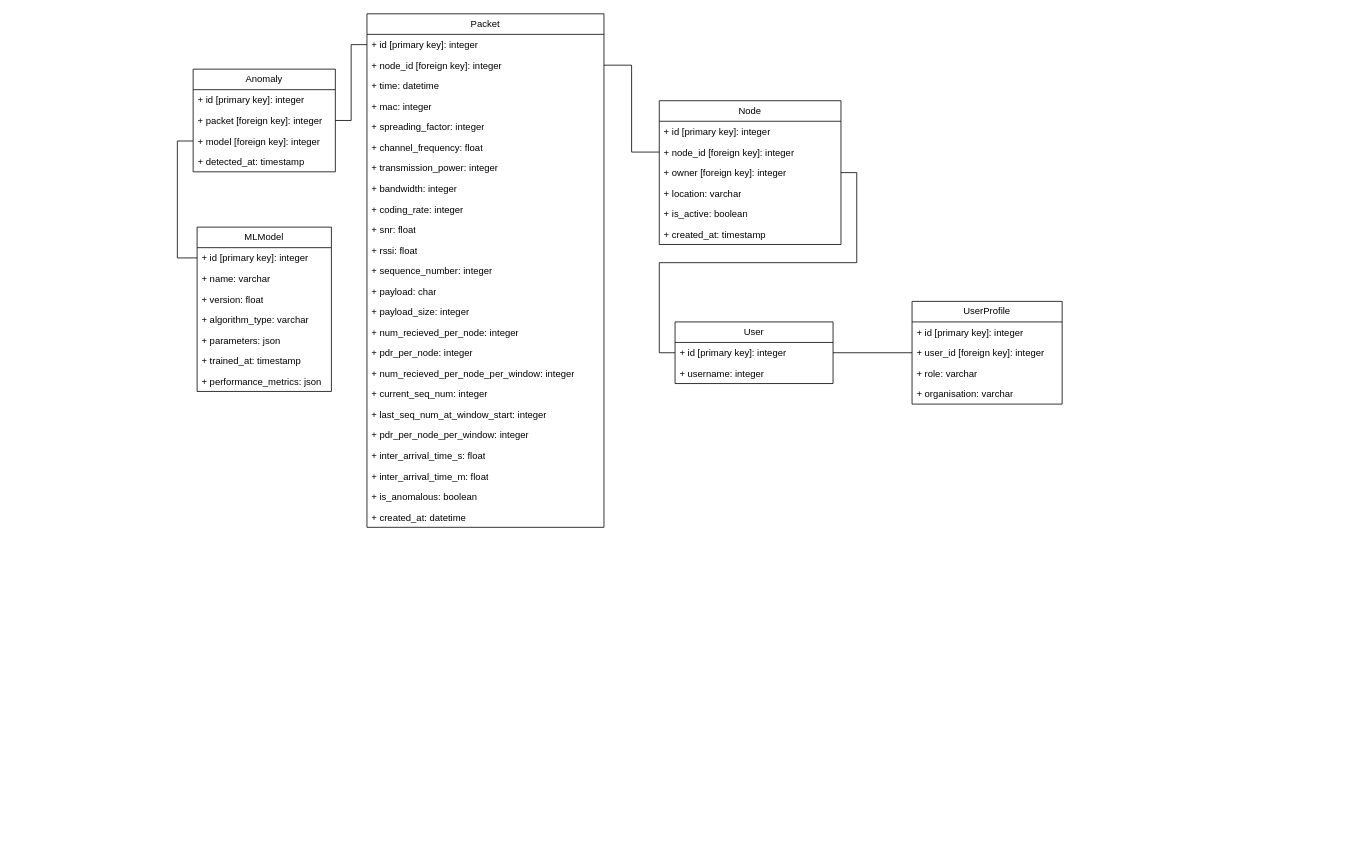
hreid1/COMP3000-LoRaWAN keeps this draw.io diagram as docs/mindmap/dbschema.drawio. Above is the earlier version. Source tidied: cells renumbered, new cells numbered last; positions are measured from the earlier drawing's top-left corner, leaving out a move shared by most shapes. Both pictures are drawn from the tidied source at 79%, with x=0, y=0 at pixel (193, 13).
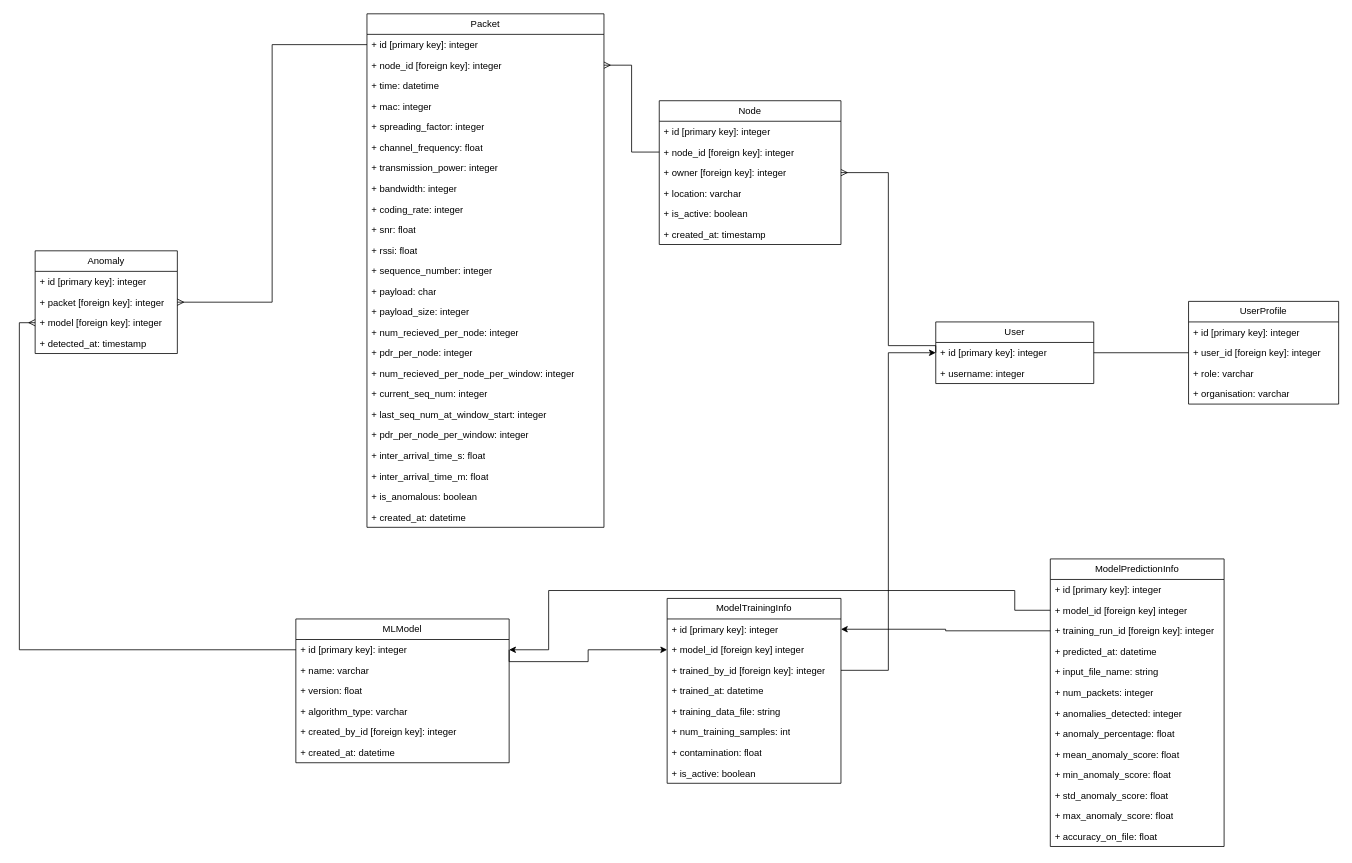
After the change.

Unchanged cells that the change refers to:
```xml
<mxCell id="3" value="+ id [primary key]: integer" style="text;strokeColor=none;fillColor=none;align=left;verticalAlign=top;spacingLeft=4;spacingRight=4;overflow=hidden;points=[[0,0.5],[1,0.5]];portConstraint=eastwest;whiteSpace=wrap;html=1;" parent="2" vertex="1">
  <mxGeometry y="26" width="300" height="26" as="geometry" />
</mxCell>
<mxCell id="4" value="+ node_id [foreign key]: integer" style="text;strokeColor=none;fillColor=none;align=left;verticalAlign=top;spacingLeft=4;spacingRight=4;overflow=hidden;points=[[0,0.5],[1,0.5]];portConstraint=eastwest;whiteSpace=wrap;html=1;" parent="2" vertex="1">
  <mxGeometry y="52" width="300" height="26" as="geometry" />
</mxCell>
<mxCell id="29" value="+ node_id [foreign key]: integer" style="text;strokeColor=none;fillColor=none;align=left;verticalAlign=top;spacingLeft=4;spacingRight=4;overflow=hidden;points=[[0,0.5],[1,0.5]];portConstraint=eastwest;whiteSpace=wrap;html=1;" parent="27" vertex="1">
  <mxGeometry y="52" width="230" height="26" as="geometry" />
</mxCell>
<mxCell id="30" value="+ owner [foreign key]: integer" style="text;strokeColor=none;fillColor=none;align=left;verticalAlign=top;spacingLeft=4;spacingRight=4;overflow=hidden;points=[[0,0.5],[1,0.5]];portConstraint=eastwest;whiteSpace=wrap;html=1;" parent="27" vertex="1">
  <mxGeometry y="78" width="230" height="26" as="geometry" />
</mxCell>
<mxCell id="35" value="+ id [primary key]: integer" style="text;strokeColor=none;fillColor=none;align=left;verticalAlign=top;spacingLeft=4;spacingRight=4;overflow=hidden;points=[[0,0.5],[1,0.5]];portConstraint=eastwest;whiteSpace=wrap;html=1;" parent="34" vertex="1">
  <mxGeometry y="26" width="200" height="26" as="geometry" />
</mxCell>
<mxCell id="44" value="+ packet [foreign key]: integer" style="text;strokeColor=none;fillColor=none;align=left;verticalAlign=top;spacingLeft=4;spacingRight=4;overflow=hidden;points=[[0,0.5],[1,0.5]];portConstraint=eastwest;whiteSpace=wrap;html=1;" parent="42" vertex="1">
  <mxGeometry y="52" width="180" height="26" as="geometry" />
</mxCell>
<mxCell id="45" value="+ model [foreign key]: integer" style="text;strokeColor=none;fillColor=none;align=left;verticalAlign=top;spacingLeft=4;spacingRight=4;overflow=hidden;points=[[0,0.5],[1,0.5]];portConstraint=eastwest;whiteSpace=wrap;html=1;" parent="42" vertex="1">
  <mxGeometry y="78" width="180" height="26" as="geometry" />
</mxCell>
```

What changed in the source:
```diff
@@
     <mxCell id="34" value="User" style="swimlane;fontStyle=0;horizontal=1;startSize=26;fillColor=none;whiteSpace=wrap;html=1;" parent="1" vertex="1">
-      <mxGeometry x="610" y="390" width="200" height="78" as="geometry" />
+      <mxGeometry x="940" y="390" width="200" height="78" as="geometry" />
     </mxCell>
@@
     <mxCell id="37" value="UserProfile" style="swimlane;fontStyle=0;horizontal=1;startSize=26;fillColor=none;whiteSpace=wrap;html=1;" parent="1" vertex="1">
-      <mxGeometry x="910" y="364" width="190" height="130" as="geometry" />
+      <mxGeometry x="1260" y="364" width="190" height="130" as="geometry" />
     </mxCell>
@@
     <mxCell id="42" value="Anomaly" style="swimlane;fontStyle=0;horizontal=1;startSize=26;fillColor=none;whiteSpace=wrap;html=1;" parent="1" vertex="1">
-      <mxGeometry y="70" width="180" height="130" as="geometry" />
+      <mxGeometry x="-200" y="300" width="180" height="130" as="geometry" />
     </mxCell>
@@
     <mxCell id="47" value="MLModel" style="swimlane;fontStyle=0;horizontal=1;startSize=26;fillColor=none;whiteSpace=wrap;html=1;" parent="1" vertex="1">
-      <mxGeometry x="5" y="270" width="170" height="208" as="geometry" />
+      <mxGeometry x="130" y="766" width="270" height="182" as="geometry" />
     </mxCell>
     <mxCell id="48" value="+ id [primary key]: integer" style="text;strokeColor=none;fillColor=none;align=left;verticalAlign=top;spacingLeft=4;spacingRight=4;overflow=hidden;points=[[0,0.5],[1,0.5]];portConstraint=eastwest;whiteSpace=wrap;html=1;" parent="47" vertex="1">
-      <mxGeometry y="26" width="170" height="26" as="geometry" />
+      <mxGeometry y="26" width="270" height="26" as="geometry" />
     </mxCell>
     <mxCell id="49" value="+ name: varchar" style="text;strokeColor=none;fillColor=none;align=left;verticalAlign=top;spacingLeft=4;spacingRight=4;overflow=hidden;whiteSpace=wrap;html=1;" parent="47" vertex="1">
-      <mxGeometry y="52" width="170" height="26" as="geometry" />
+      <mxGeometry y="52" width="270" height="26" as="geometry" />
     </mxCell>
     <mxCell id="50" value="+ version: float" style="text;strokeColor=none;fillColor=none;align=left;verticalAlign=top;spacingLeft=4;spacingRight=4;overflow=hidden;whiteSpace=wrap;html=1;" parent="47" vertex="1">
-      <mxGeometry y="78" width="170" height="26" as="geometry" />
+      <mxGeometry y="78" width="270" height="26" as="geometry" />
     </mxCell>
     <mxCell id="51" value="+ algorithm_type: varchar" style="text;strokeColor=none;fillColor=none;align=left;verticalAlign=top;spacingLeft=4;spacingRight=4;overflow=hidden;whiteSpace=wrap;html=1;" parent="47" vertex="1">
-      <mxGeometry y="104" width="170" height="26" as="geometry" />
+      <mxGeometry y="104" width="270" height="26" as="geometry" />
     </mxCell>
-    <mxCell id="52" value="+ parameters: json" style="text;strokeColor=none;fillColor=none;align=left;verticalAlign=top;spacingLeft=4;spacingRight=4;overflow=hidden;whiteSpace=wrap;html=1;" parent="47" vertex="1">
-      <mxGeometry y="130" width="170" height="26" as="geometry" />
-    </mxCell>
-    <mxCell id="53" value="+ trained_at: timestamp" style="text;strokeColor=none;fillColor=none;align=left;verticalAlign=top;spacingLeft=4;spacingRight=4;overflow=hidden;whiteSpace=wrap;html=1;" parent="47" vertex="1">
-      <mxGeometry y="156" width="170" height="26" as="geometry" />
-    </mxCell>
-    <mxCell id="54" value="+ performance_metrics: json" style="text;strokeColor=none;fillColor=none;align=left;verticalAlign=top;spacingLeft=4;spacingRight=4;overflow=hidden;whiteSpace=wrap;html=1;" parent="47" vertex="1">
-      <mxGeometry y="182" width="170" height="26" as="geometry" />
-    </mxCell>
+    <mxCell id="60" value="+ created_by_id [foreign key]: integer" style="text;strokeColor=none;fillColor=none;align=left;verticalAlign=top;spacingLeft=4;spacingRight=4;overflow=hidden;whiteSpace=wrap;html=1;" parent="47" vertex="1">
+      <mxGeometry y="130" width="270" height="26" as="geometry" />
+    </mxCell>
+    <mxCell id="61" value="+ created_at: datetime" style="text;strokeColor=none;fillColor=none;align=left;verticalAlign=top;spacingLeft=4;spacingRight=4;overflow=hidden;whiteSpace=wrap;html=1;" parent="47" vertex="1">
+      <mxGeometry y="156" width="270" height="26" as="geometry" />
+    </mxCell>
-    <mxCell id="55" style="edgeStyle=orthogonalEdgeStyle;rounded=0;jettySize=auto;html=1;exitX=1;exitY=0.5;exitDx=0;exitDy=0;entryX=0;entryY=0.5;entryDx=0;entryDy=0;endArrow=none;endFill=0;startArrow=none;startFill=0;" parent="1" edge="1" source="30" target="35">
-      <mxGeometry relative="1" as="geometry" />
+    <mxCell id="55" style="edgeStyle=orthogonalEdgeStyle;rounded=0;jettySize=auto;html=1;exitX=1;exitY=0.5;exitDx=0;exitDy=0;entryX=0;entryY=0.5;entryDx=0;entryDy=0;endArrow=none;endFill=0;startArrow=ERmany;startFill=0;" parent="1" edge="1" source="30" target="35">
+      <mxGeometry relative="1" as="geometry">
+        <Array as="points">
+          <mxPoint x="880" y="201" />
+          <mxPoint x="880" y="420" />
+          <mxPoint x="940" y="420" />
+        </Array>
+      </mxGeometry>
     </mxCell>
@@
-    <mxCell id="57" style="edgeStyle=orthogonalEdgeStyle;rounded=0;jettySize=auto;html=1;entryX=0;entryY=0.5;entryDx=0;entryDy=0;endArrow=none;endFill=0;" parent="1" edge="1" source="44" target="3">
+    <mxCell id="57" style="edgeStyle=orthogonalEdgeStyle;rounded=0;jettySize=auto;html=1;entryX=0;entryY=0.5;entryDx=0;entryDy=0;endArrow=none;endFill=0;startArrow=ERmany;startFill=0;" parent="1" edge="1" source="44" target="3">
       <mxGeometry relative="1" as="geometry" />
     </mxCell>
-    <mxCell id="58" style="edgeStyle=orthogonalEdgeStyle;rounded=0;jettySize=auto;html=1;exitX=0;exitY=0.5;exitDx=0;exitDy=0;entryX=0;entryY=0.5;entryDx=0;entryDy=0;endArrow=none;endFill=0;" parent="1" edge="1" source="45" target="48">
+    <mxCell id="58" style="edgeStyle=orthogonalEdgeStyle;rounded=0;jettySize=auto;html=1;exitX=0;exitY=0.5;exitDx=0;exitDy=0;entryX=0;entryY=0.5;entryDx=0;entryDy=0;endArrow=none;endFill=0;startArrow=ERmany;startFill=0;" parent="1" edge="1" source="45" target="48">
       <mxGeometry relative="1" as="geometry" />
     </mxCell>
-    <mxCell id="59" style="edgeStyle=orthogonalEdgeStyle;rounded=0;jettySize=auto;html=1;entryX=0;entryY=0.5;entryDx=0;entryDy=0;endArrow=none;endFill=0;" parent="1" edge="1" source="4" target="29">
+    <mxCell id="59" style="edgeStyle=orthogonalEdgeStyle;rounded=0;jettySize=auto;html=1;entryX=0;entryY=0.5;entryDx=0;entryDy=0;endArrow=none;endFill=0;startArrow=ERmany;startFill=0;" parent="1" edge="1" source="4" target="29">
       <mxGeometry relative="1" as="geometry" />
     </mxCell>
+    <mxCell id="62" value="ModelTrainingInfo" style="swimlane;fontStyle=0;horizontal=1;startSize=26;fillColor=none;whiteSpace=wrap;html=1;" parent="1" vertex="1">
+      <mxGeometry x="600" y="740" width="220" height="234" as="geometry" />
+    </mxCell>
+    <mxCell id="63" value="+ id [primary key]: integer" style="text;strokeColor=none;fillColor=none;align=left;verticalAlign=top;spacingLeft=4;spacingRight=4;overflow=hidden;points=[[0,0.5],[1,0.5]];portConstraint=eastwest;whiteSpace=wrap;html=1;" parent="62" vertex="1">
+      <mxGeometry y="26" width="220" height="26" as="geometry" />
+    </mxCell>
+    <mxCell id="64" value="+ model_id [foreign key] integer" style="text;strokeColor=none;fillColor=none;align=left;verticalAlign=top;spacingLeft=4;spacingRight=4;overflow=hidden;points=[[0,0.5],[1,0.5]];portConstraint=eastwest;whiteSpace=wrap;html=1;" parent="62" vertex="1">
+      <mxGeometry y="52" width="220" height="26" as="geometry" />
+    </mxCell>
+    <mxCell id="65" value="+ trained_by_id [foreign key]: integer" style="text;strokeColor=none;fillColor=none;align=left;verticalAlign=top;spacingLeft=4;spacingRight=4;overflow=hidden;points=[[0,0.5],[1,0.5]];portConstraint=eastwest;whiteSpace=wrap;html=1;" parent="62" vertex="1">
+      <mxGeometry y="78" width="220" height="26" as="geometry" />
+    </mxCell>
+    <mxCell id="66" value="+ trained_at: datetime" style="text;strokeColor=none;fillColor=none;align=left;verticalAlign=top;spacingLeft=4;spacingRight=4;overflow=hidden;whiteSpace=wrap;html=1;" parent="62" vertex="1">
+      <mxGeometry y="104" width="220" height="26" as="geometry" />
+    </mxCell>
+    <mxCell id="67" value="+ training_data_file: string" style="text;strokeColor=none;fillColor=none;align=left;verticalAlign=top;spacingLeft=4;spacingRight=4;overflow=hidden;whiteSpace=wrap;html=1;" parent="62" vertex="1">
+      <mxGeometry y="130" width="220" height="26" as="geometry" />
+    </mxCell>
+    <mxCell id="68" value="+ num_training_samples: int" style="text;strokeColor=none;fillColor=none;align=left;verticalAlign=top;spacingLeft=4;spacingRight=4;overflow=hidden;whiteSpace=wrap;html=1;" parent="62" vertex="1">
+      <mxGeometry y="156" width="220" height="26" as="geometry" />
+    </mxCell>
+    <mxCell id="69" value="+ contamination: float" style="text;strokeColor=none;fillColor=none;align=left;verticalAlign=top;spacingLeft=4;spacingRight=4;overflow=hidden;whiteSpace=wrap;html=1;" parent="62" vertex="1">
+      <mxGeometry y="182" width="220" height="26" as="geometry" />
+    </mxCell>
+    <mxCell id="70" value="+ is_active: boolean" style="text;strokeColor=none;fillColor=none;align=left;verticalAlign=top;spacingLeft=4;spacingRight=4;overflow=hidden;whiteSpace=wrap;html=1;" parent="62" vertex="1">
+      <mxGeometry y="208" width="220" height="26" as="geometry" />
+    </mxCell>
+    <mxCell id="71" value="ModelPredictionInfo" style="swimlane;fontStyle=0;horizontal=1;startSize=26;fillColor=none;whiteSpace=wrap;html=1;" parent="1" vertex="1">
+      <mxGeometry x="1085" y="690" width="220" height="364" as="geometry" />
+    </mxCell>
+    <mxCell id="72" value="+ id [primary key]: integer" style="text;strokeColor=none;fillColor=none;align=left;verticalAlign=top;spacingLeft=4;spacingRight=4;overflow=hidden;whiteSpace=wrap;html=1;" parent="71" vertex="1">
+      <mxGeometry y="26" width="220" height="26" as="geometry" />
+    </mxCell>
+    <mxCell id="73" value="+ model_id [foreign key] integer" style="text;strokeColor=none;fillColor=none;align=left;verticalAlign=top;spacingLeft=4;spacingRight=4;overflow=hidden;points=[[0,0.5],[1,0.5]];portConstraint=eastwest;whiteSpace=wrap;html=1;" parent="71" vertex="1">
+      <mxGeometry y="52" width="220" height="26" as="geometry" />
+    </mxCell>
+    <mxCell id="74" value="+ training_run_id [foreign key]: integer" style="text;strokeColor=none;fillColor=none;align=left;verticalAlign=top;spacingLeft=4;spacingRight=4;overflow=hidden;points=[[0,0.5],[1,0.5]];portConstraint=eastwest;whiteSpace=wrap;html=1;" parent="71" vertex="1">
+      <mxGeometry y="78" width="220" height="26" as="geometry" />
+    </mxCell>
+    <mxCell id="75" value="+ predicted_at: datetime" style="text;strokeColor=none;fillColor=none;align=left;verticalAlign=top;spacingLeft=4;spacingRight=4;overflow=hidden;whiteSpace=wrap;html=1;" parent="71" vertex="1">
+      <mxGeometry y="104" width="220" height="26" as="geometry" />
+    </mxCell>
+    <mxCell id="76" value="+ input_file_name: string" style="text;strokeColor=none;fillColor=none;align=left;verticalAlign=top;spacingLeft=4;spacingRight=4;overflow=hidden;whiteSpace=wrap;html=1;" parent="71" vertex="1">
+      <mxGeometry y="130" width="220" height="26" as="geometry" />
+    </mxCell>
+    <mxCell id="77" value="+ num_packets: integer" style="text;strokeColor=none;fillColor=none;align=left;verticalAlign=top;spacingLeft=4;spacingRight=4;overflow=hidden;whiteSpace=wrap;html=1;" parent="71" vertex="1">
+      <mxGeometry y="156" width="220" height="26" as="geometry" />
+    </mxCell>
+    <mxCell id="78" value="+ anomalies_detected: integer" style="text;strokeColor=none;fillColor=none;align=left;verticalAlign=top;spacingLeft=4;spacingRight=4;overflow=hidden;whiteSpace=wrap;html=1;" parent="71" vertex="1">
+      <mxGeometry y="182" width="220" height="26" as="geometry" />
+    </mxCell>
+    <mxCell id="79" value="+ anomaly_percentage: float" style="text;strokeColor=none;fillColor=none;align=left;verticalAlign=top;spacingLeft=4;spacingRight=4;overflow=hidden;whiteSpace=wrap;html=1;" parent="71" vertex="1">
+      <mxGeometry y="208" width="220" height="26" as="geometry" />
+    </mxCell>
+    <mxCell id="80" value="+ mean_anomaly_score: float" style="text;strokeColor=none;fillColor=none;align=left;verticalAlign=top;spacingLeft=4;spacingRight=4;overflow=hidden;whiteSpace=wrap;html=1;" parent="71" vertex="1">
+      <mxGeometry y="234" width="220" height="26" as="geometry" />
+    </mxCell>
+    <mxCell id="81" value="+ min_anomaly_score: float" style="text;strokeColor=none;fillColor=none;align=left;verticalAlign=top;spacingLeft=4;spacingRight=4;overflow=hidden;whiteSpace=wrap;html=1;" parent="71" vertex="1">
+      <mxGeometry y="260" width="220" height="26" as="geometry" />
+    </mxCell>
+    <mxCell id="82" value="+ std_anomaly_score: float" style="text;strokeColor=none;fillColor=none;align=left;verticalAlign=top;spacingLeft=4;spacingRight=4;overflow=hidden;whiteSpace=wrap;html=1;" parent="71" vertex="1">
+      <mxGeometry y="286" width="220" height="26" as="geometry" />
+    </mxCell>
+    <mxCell id="83" value="+ max_anomaly_score: float" style="text;strokeColor=none;fillColor=none;align=left;verticalAlign=top;spacingLeft=4;spacingRight=4;overflow=hidden;whiteSpace=wrap;html=1;" parent="71" vertex="1">
+      <mxGeometry y="312" width="220" height="26" as="geometry" />
+    </mxCell>
+    <mxCell id="84" value="+ accuracy_on_file: float" style="text;strokeColor=none;fillColor=none;align=left;verticalAlign=top;spacingLeft=4;spacingRight=4;overflow=hidden;whiteSpace=wrap;html=1;" parent="71" vertex="1">
+      <mxGeometry y="338" width="220" height="26" as="geometry" />
+    </mxCell>
+    <mxCell id="85" style="edgeStyle=orthogonalEdgeStyle;rounded=0;jettySize=auto;html=1;exitX=0;exitY=0.5;exitDx=0;exitDy=0;entryX=1;entryY=0.5;entryDx=0;entryDy=0;" parent="1" edge="1" source="74" target="63">
+      <mxGeometry relative="1" as="geometry" />
+    </mxCell>
+    <mxCell id="86" style="edgeStyle=orthogonalEdgeStyle;rounded=0;jettySize=auto;html=1;exitX=0;exitY=0.5;exitDx=0;exitDy=0;entryX=1;entryY=0.5;entryDx=0;entryDy=0;" parent="1" edge="1" source="73" target="48">
+      <mxGeometry relative="1" as="geometry">
+        <Array as="points">
+          <mxPoint x="1040" y="755" />
+          <mxPoint x="1040" y="730" />
+          <mxPoint x="450" y="730" />
+          <mxPoint x="450" y="805" />
+        </Array>
+      </mxGeometry>
+    </mxCell>
+    <mxCell id="87" style="edgeStyle=orthogonalEdgeStyle;rounded=0;jettySize=auto;html=1;exitX=1;exitY=0.5;exitDx=0;exitDy=0;entryX=0;entryY=0.5;entryDx=0;entryDy=0;" parent="1" edge="1" source="65" target="35">
+      <mxGeometry relative="1" as="geometry" />
+    </mxCell>
+    <mxCell id="88" style="edgeStyle=orthogonalEdgeStyle;rounded=0;jettySize=auto;html=1;exitX=1;exitY=0.5;exitDx=0;exitDy=0;entryX=0;entryY=0.5;entryDx=0;entryDy=0;" parent="1" edge="1" source="48" target="64">
+      <mxGeometry relative="1" as="geometry">
+        <Array as="points">
+          <mxPoint x="400" y="820" />
+          <mxPoint x="500" y="820" />
+          <mxPoint x="500" y="805" />
+        </Array>
+      </mxGeometry>
+    </mxCell>
```
